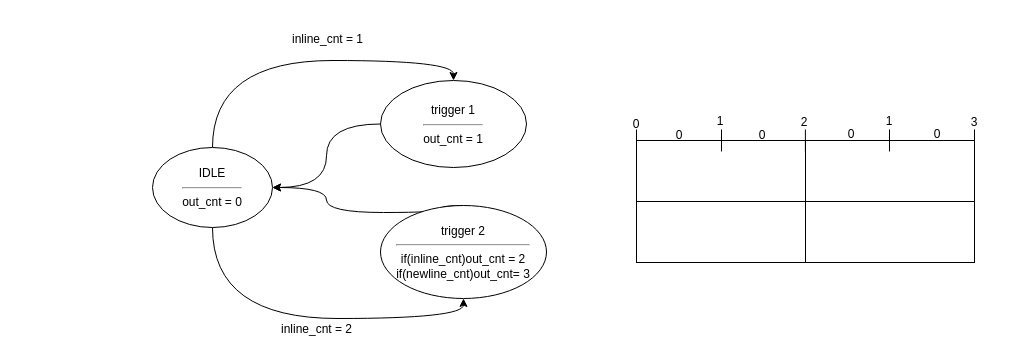
Before: Our_design/addr_cnt_FSM.drawio in YZchen3467/drawio, a draw.io diagram. Source tidied: cells renumbered, new cells numbered last; positions are measured from the earlier drawing's top-left corner, leaving out a move shared by most shapes. Both pictures are drawn from the tidied source at 100%, with x=0, y=0 at pixel (152, 24).
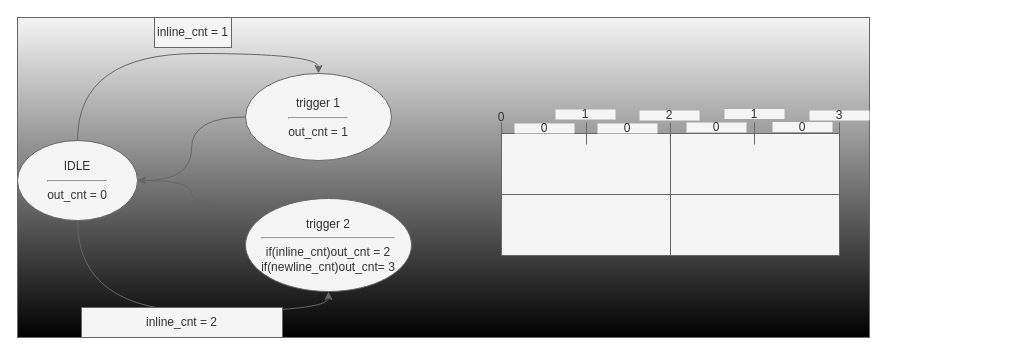
After the change.

The edit, as a diff of the source:
```diff
@@
-<mxGraphModel>
+<mxGraphModel background="#FFFFFF">
@@
-    <mxCell id="2" style="edgeStyle=orthogonalEdgeStyle;rounded=0;jettySize=auto;html=1;exitX=0.5;exitY=1;exitDx=0;exitDy=0;entryX=0.5;entryY=1;entryDx=0;entryDy=0;curved=1;" parent="1" edge="1" source="4" target="8">
-      <mxGeometry relative="1" as="geometry" />
-    </mxCell>
-    <mxCell id="3" style="edgeStyle=orthogonalEdgeStyle;rounded=0;jettySize=auto;html=1;exitX=0.5;exitY=0;exitDx=0;exitDy=0;entryX=0.5;entryY=0;entryDx=0;entryDy=0;curved=1;" parent="1" edge="1" source="4" target="6">
-      <mxGeometry relative="1" as="geometry" />
-    </mxCell>
+    <mxCell id="28" style="group;noLabel=1;fillColor=#f5f5f5;fontColor=#333333;strokeColor=#666666;fillStyle=auto;gradientColor=default;" parent="1" vertex="1">
+      <mxGeometry x="-135" y="-7" width="852" height="320" as="geometry" />
+    </mxCell>
-    <mxCell id="4" value="IDLE&lt;hr&gt;out_cnt = 0" style="ellipse;whiteSpace=wrap;html=1;" parent="1" vertex="1">
+    <mxCell id="4" value="IDLE&lt;hr&gt;out_cnt = 0" style="ellipse;whiteSpace=wrap;html=1;fillColor=#f5f5f5;fontColor=#333333;strokeColor=#666666;" parent="28" vertex="1">
       <mxGeometry y="123" width="120" height="80" as="geometry" />
     </mxCell>
-    <mxCell id="5" style="edgeStyle=orthogonalEdgeStyle;rounded=0;jettySize=auto;html=1;entryX=1;entryY=0.5;entryDx=0;entryDy=0;curved=1;" parent="1" edge="1" source="6" target="4">
+    <mxCell id="5" style="edgeStyle=orthogonalEdgeStyle;rounded=0;jettySize=auto;html=1;entryX=1;entryY=0.5;entryDx=0;entryDy=0;curved=1;fillColor=#f5f5f5;strokeColor=#666666;" parent="28" edge="1" source="6" target="4">
       <mxGeometry relative="1" as="geometry" />
     </mxCell>
-    <mxCell id="6" value="trigger 1&lt;hr&gt;out_cnt = 1" style="ellipse;whiteSpace=wrap;html=1;" parent="1" vertex="1">
+    <mxCell id="6" value="trigger 1&lt;hr&gt;out_cnt = 1" style="ellipse;whiteSpace=wrap;html=1;fillColor=#f5f5f5;fontColor=#333333;strokeColor=#666666;" parent="28" vertex="1">
       <mxGeometry x="228" y="56" width="146" height="87" as="geometry" />
     </mxCell>
+    <mxCell id="3" style="edgeStyle=orthogonalEdgeStyle;rounded=0;jettySize=auto;html=1;exitX=0.5;exitY=0;exitDx=0;exitDy=0;entryX=0.5;entryY=0;entryDx=0;entryDy=0;curved=1;fillColor=#f5f5f5;strokeColor=#666666;" parent="28" edge="1" source="4" target="6">
+      <mxGeometry relative="1" as="geometry" />
+    </mxCell>
-    <mxCell id="7" style="edgeStyle=orthogonalEdgeStyle;rounded=0;jettySize=auto;html=1;exitX=0.5;exitY=0;exitDx=0;exitDy=0;entryX=1;entryY=0.5;entryDx=0;entryDy=0;curved=1;" parent="1" edge="1" source="8" target="4">
+    <mxCell id="7" style="edgeStyle=orthogonalEdgeStyle;rounded=0;jettySize=auto;html=1;exitX=0.5;exitY=0;exitDx=0;exitDy=0;entryX=1;entryY=0.5;entryDx=0;entryDy=0;curved=1;fillColor=#f5f5f5;strokeColor=#666666;" parent="28" edge="1" source="8" target="4">
       <mxGeometry relative="1" as="geometry">
         <Array as="points">
           <mxPoint x="288" y="188" />
           <mxPoint x="174" y="188" />
           <mxPoint x="174" y="163" />
         </Array>
       </mxGeometry>
     </mxCell>
-    <mxCell id="8" value="trigger 2&lt;hr&gt;if(inline_cnt)out_cnt = 2&lt;br&gt;if(newline_cnt)out_cnt= 3" style="ellipse;whiteSpace=wrap;html=1;" parent="1" vertex="1">
+    <mxCell id="8" value="trigger 2&lt;hr&gt;if(inline_cnt)out_cnt = 2&lt;br&gt;if(newline_cnt)out_cnt= 3" style="ellipse;whiteSpace=wrap;html=1;fillColor=#f5f5f5;fontColor=#333333;strokeColor=#666666;" parent="28" vertex="1">
       <mxGeometry x="228" y="181" width="166" height="93" as="geometry" />
     </mxCell>
+    <mxCell id="2" style="edgeStyle=orthogonalEdgeStyle;rounded=0;jettySize=auto;html=1;exitX=0.5;exitY=1;exitDx=0;exitDy=0;entryX=0.5;entryY=1;entryDx=0;entryDy=0;curved=1;fillColor=#f5f5f5;strokeColor=#666666;" parent="28" edge="1" source="4" target="8">
+      <mxGeometry relative="1" as="geometry" />
+    </mxCell>
-    <mxCell id="9" style="rounded=0;whiteSpace=wrap;html=1;" parent="1" vertex="1">
+    <mxCell id="9" style="rounded=0;whiteSpace=wrap;html=1;fillColor=#f5f5f5;fontColor=#333333;strokeColor=#666666;" parent="28" vertex="1">
       <mxGeometry x="484" y="116" width="338" height="122" as="geometry" />
     </mxCell>
-    <mxCell id="10" style="endArrow=none;html=1;rounded=0;entryX=0.5;entryY=0;entryDx=0;entryDy=0;exitX=0.5;exitY=1;exitDx=0;exitDy=0;" parent="1" edge="1" source="9" target="9">
+    <mxCell id="10" style="endArrow=none;html=1;rounded=0;entryX=0.5;entryY=0;entryDx=0;entryDy=0;exitX=0.5;exitY=1;exitDx=0;exitDy=0;fillColor=#f5f5f5;strokeColor=#666666;" parent="28" edge="1" source="9" target="9">
       <mxGeometry relative="1" as="geometry" />
     </mxCell>
-    <mxCell id="11" style="endArrow=none;html=1;rounded=0;entryX=1;entryY=0.5;entryDx=0;entryDy=0;exitX=0;exitY=0.5;exitDx=0;exitDy=0;" parent="1" edge="1" source="9" target="9">
+    <mxCell id="11" style="endArrow=none;html=1;rounded=0;entryX=1;entryY=0.5;entryDx=0;entryDy=0;exitX=0;exitY=0.5;exitDx=0;exitDy=0;fillColor=#f5f5f5;strokeColor=#666666;" parent="28" edge="1" source="9" target="9">
       <mxGeometry relative="1" as="geometry" />
     </mxCell>
-    <mxCell id="12" style="endArrow=none;html=1;rounded=0;" parent="1" edge="1">
+    <mxCell id="12" style="endArrow=none;html=1;rounded=0;fillColor=#f5f5f5;strokeColor=#666666;" parent="28" edge="1">
       <mxGeometry relative="1" as="geometry">
         <mxPoint x="569" y="105" as="sourcePoint" />
         <mxPoint x="569" y="127" as="targetPoint" />
       </mxGeometry>
     </mxCell>
-    <mxCell id="13" style="endArrow=none;html=1;rounded=0;" parent="1" edge="1">
+    <mxCell id="13" style="endArrow=none;html=1;rounded=0;fillColor=#f5f5f5;strokeColor=#666666;" parent="28" edge="1">
       <mxGeometry relative="1" as="geometry">
         <mxPoint x="652.9" y="105" as="sourcePoint" />
         <mxPoint x="652.9" y="127" as="targetPoint" />
       </mxGeometry>
     </mxCell>
-    <mxCell id="14" style="endArrow=none;html=1;rounded=0;" parent="1" edge="1">
+    <mxCell id="14" style="endArrow=none;html=1;rounded=0;fillColor=#f5f5f5;strokeColor=#666666;" parent="28" edge="1">
       <mxGeometry relative="1" as="geometry">
         <mxPoint x="737" y="105" as="sourcePoint" />
         <mxPoint x="737" y="127" as="targetPoint" />
       </mxGeometry>
     </mxCell>
-    <mxCell id="15" style="endArrow=none;html=1;rounded=0;" parent="1" edge="1">
+    <mxCell id="15" style="endArrow=none;html=1;rounded=0;fillColor=#f5f5f5;strokeColor=#666666;" parent="28" edge="1">
       <mxGeometry relative="1" as="geometry">
         <mxPoint x="822" y="105" as="sourcePoint" />
         <mxPoint x="822" y="127" as="targetPoint" />
       </mxGeometry>
     </mxCell>
-    <mxCell id="16" style="endArrow=none;html=1;rounded=0;" parent="1" edge="1">
+    <mxCell id="16" style="endArrow=none;html=1;rounded=0;fillColor=#f5f5f5;strokeColor=#666666;" parent="28" edge="1">
       <mxGeometry relative="1" as="geometry">
         <mxPoint x="484" y="105" as="sourcePoint" />
         <mxPoint x="484" y="127" as="targetPoint" />
       </mxGeometry>
     </mxCell>
-    <mxCell id="17" value="0" style="text;html=1;strokeColor=none;fillColor=none;align=center;verticalAlign=middle;whiteSpace=wrap;rounded=0;" parent="1" vertex="1">
+    <mxCell id="17" value="0" style="text;html=1;align=center;verticalAlign=middle;whiteSpace=wrap;rounded=0;fillColor=none;fontColor=#333333;strokeColor=none;" parent="28" vertex="1">
       <mxGeometry x="454" y="94.5" width="60" height="10" as="geometry" />
     </mxCell>
-    <mxCell id="18" value="1" style="text;html=1;strokeColor=none;fillColor=none;align=center;verticalAlign=middle;whiteSpace=wrap;rounded=0;" parent="1" vertex="1">
+    <mxCell id="18" value="1" style="text;html=1;align=center;verticalAlign=middle;whiteSpace=wrap;rounded=0;fillColor=#f5f5f5;fontColor=#333333;strokeColor=none;" parent="28" vertex="1">
       <mxGeometry x="538" y="92" width="60" height="10" as="geometry" />
     </mxCell>
-    <mxCell id="19" value="0" style="text;html=1;strokeColor=none;fillColor=none;align=center;verticalAlign=middle;whiteSpace=wrap;rounded=0;" parent="1" vertex="1">
+    <mxCell id="19" value="0" style="text;html=1;align=center;verticalAlign=middle;whiteSpace=wrap;rounded=0;fillColor=#f5f5f5;fontColor=#333333;strokeColor=none;" parent="28" vertex="1">
       <mxGeometry x="497" y="106" width="60" height="10" as="geometry" />
     </mxCell>
-    <mxCell id="20" value="2" style="text;html=1;strokeColor=none;fillColor=none;align=center;verticalAlign=middle;whiteSpace=wrap;rounded=0;" parent="1" vertex="1">
+    <mxCell id="20" value="2" style="text;html=1;align=center;verticalAlign=middle;whiteSpace=wrap;rounded=0;fillColor=#f5f5f5;fontColor=#333333;strokeColor=none;" parent="28" vertex="1">
       <mxGeometry x="622" y="93" width="60" height="10" as="geometry" />
     </mxCell>
-    <mxCell id="21" value="1" style="text;html=1;strokeColor=none;fillColor=none;align=center;verticalAlign=middle;whiteSpace=wrap;rounded=0;" parent="1" vertex="1">
+    <mxCell id="21" value="1" style="text;html=1;align=center;verticalAlign=middle;whiteSpace=wrap;rounded=0;fillColor=#f5f5f5;fontColor=#333333;strokeColor=none;" parent="28" vertex="1">
       <mxGeometry x="707" y="91.5" width="60" height="10" as="geometry" />
     </mxCell>
-    <mxCell id="22" value="3" style="text;html=1;strokeColor=none;fillColor=none;align=center;verticalAlign=middle;whiteSpace=wrap;rounded=0;" parent="1" vertex="1">
+    <mxCell id="22" value="3" style="text;html=1;align=center;verticalAlign=middle;whiteSpace=wrap;rounded=0;fillColor=#f5f5f5;fontColor=#333333;strokeColor=none;" parent="28" vertex="1">
       <mxGeometry x="792" y="93" width="60" height="10" as="geometry" />
     </mxCell>
-    <mxCell id="23" value="0" style="text;html=1;strokeColor=none;fillColor=none;align=center;verticalAlign=middle;whiteSpace=wrap;rounded=0;" parent="1" vertex="1">
+    <mxCell id="23" value="0" style="text;html=1;align=center;verticalAlign=middle;whiteSpace=wrap;rounded=0;fillColor=#f5f5f5;fontColor=#333333;strokeColor=none;" parent="28" vertex="1">
       <mxGeometry x="580" y="106" width="60" height="10" as="geometry" />
     </mxCell>
-    <mxCell id="24" value="0" style="text;html=1;strokeColor=none;fillColor=none;align=center;verticalAlign=middle;whiteSpace=wrap;rounded=0;" parent="1" vertex="1">
+    <mxCell id="24" value="0" style="text;html=1;align=center;verticalAlign=middle;whiteSpace=wrap;rounded=0;fillColor=#f5f5f5;fontColor=#333333;strokeColor=none;" parent="28" vertex="1">
       <mxGeometry x="669" y="105" width="60" height="10" as="geometry" />
     </mxCell>
-    <mxCell id="25" value="0" style="text;html=1;strokeColor=none;fillColor=none;align=center;verticalAlign=middle;whiteSpace=wrap;rounded=0;" parent="1" vertex="1">
+    <mxCell id="25" value="0" style="text;html=1;align=center;verticalAlign=middle;whiteSpace=wrap;rounded=0;fillColor=#f5f5f5;fontColor=#333333;strokeColor=none;" parent="28" vertex="1">
       <mxGeometry x="755" y="104.5" width="60" height="10" as="geometry" />
     </mxCell>
-    <mxCell id="26" value="inline_cnt = 1" style="text;html=1;strokeColor=none;fillColor=none;align=center;verticalAlign=middle;whiteSpace=wrap;rounded=0;" parent="1" vertex="1">
+    <mxCell id="26" value="inline_cnt = 1" style="text;html=1;align=center;verticalAlign=middle;whiteSpace=wrap;rounded=0;fillColor=#f5f5f5;fontColor=#333333;strokeColor=#666666;" parent="28" vertex="1">
       <mxGeometry x="137" width="77" height="30" as="geometry" />
     </mxCell>
-    <mxCell id="27" value="inline_cnt = 2" style="text;html=1;strokeColor=none;fillColor=none;align=center;verticalAlign=middle;whiteSpace=wrap;rounded=0;" parent="1" vertex="1">
+    <mxCell id="27" value="inline_cnt = 2" style="text;html=1;align=center;verticalAlign=middle;whiteSpace=wrap;rounded=0;fillColor=#f5f5f5;fontColor=#333333;strokeColor=#666666;" parent="28" vertex="1">
       <mxGeometry x="64" y="290" width="201" height="30" as="geometry" />
     </mxCell>
```
